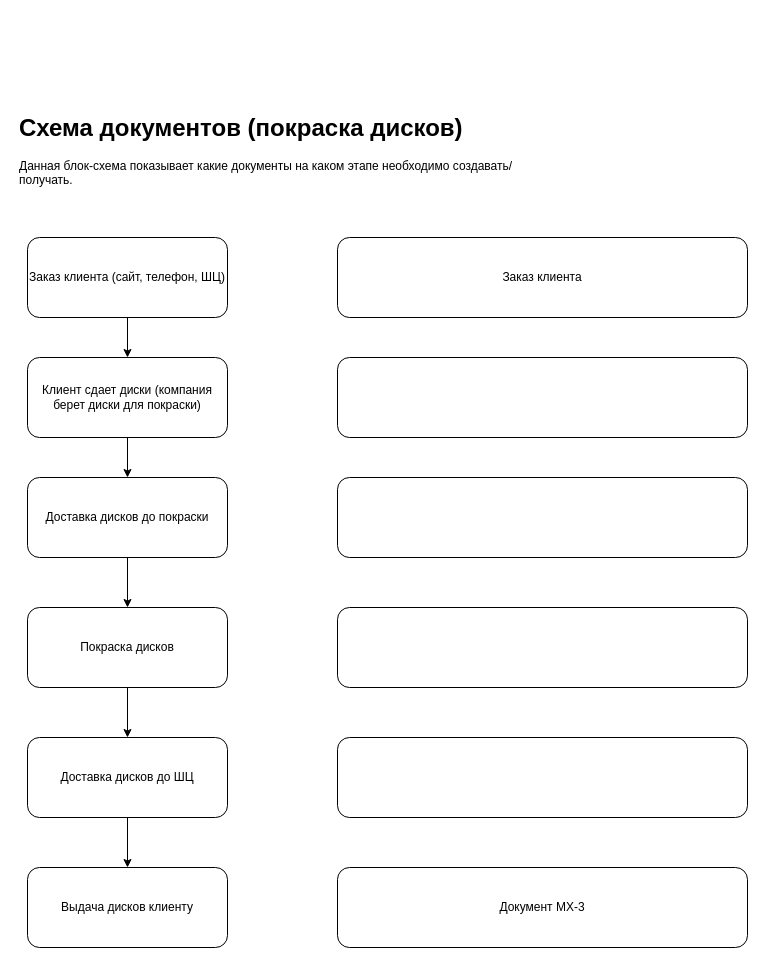
The draw.io diagram Untitled Diagram.drawio in iLimberg/BlackTyres, before the edit. Source tidied: cells renumbered, new cells numbered last; positions are measured from the earlier drawing's top-left corner, leaving out a move shared by most shapes. Both pictures are drawn from the tidied source at 100%, with x=0, y=0 at pixel (17, 107).
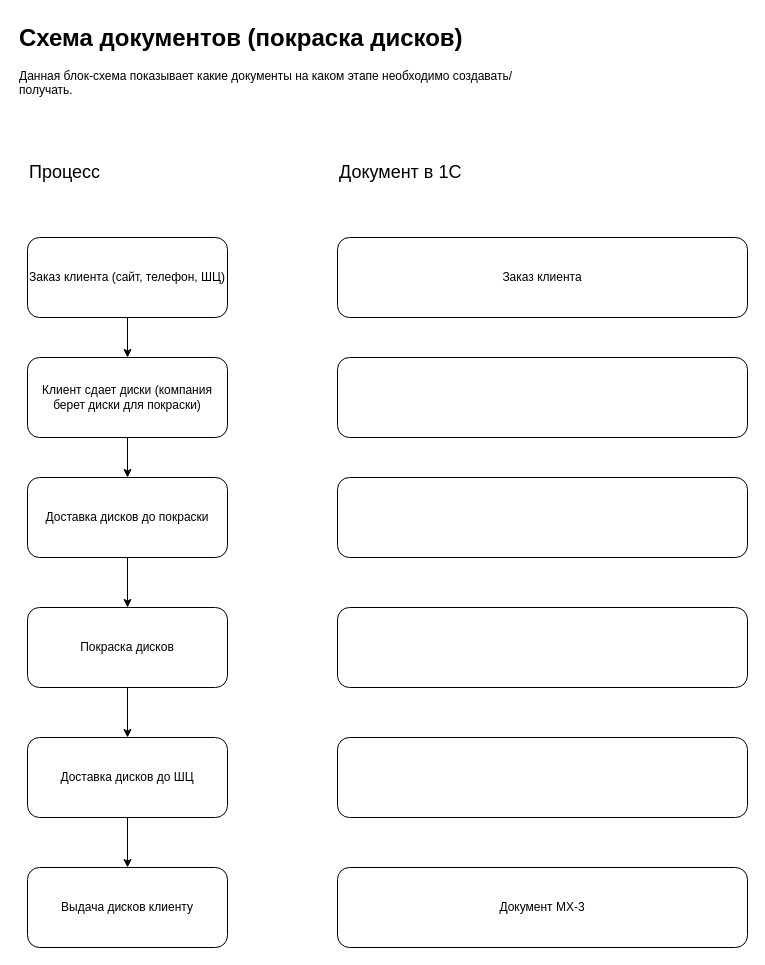
Above is the later version.

What changed in the source:
```diff
@@
     <mxCell id="2" value="&lt;h1 style=&quot;margin-top: 0px;&quot;&gt;Схема документов (покраска дисков)&lt;/h1&gt;&lt;p&gt;Данная блок-схема показывает какие документы на каком этапе необходимо создавать/получать.&lt;/p&gt;" style="text;html=1;whiteSpace=wrap;overflow=hidden;rounded=0;" parent="1" vertex="1">
-      <mxGeometry width="500" height="90" as="geometry" />
+      <mxGeometry y="-90" width="500" height="90" as="geometry" />
     </mxCell>
@@
+    <mxCell id="20" value="Процесс" style="text;html=1;align=left;verticalAlign=middle;whiteSpace=wrap;rounded=0;fontSize=18;" parent="1" vertex="1">
+      <mxGeometry x="10" y="40" width="200" height="50" as="geometry" />
+    </mxCell>
+    <mxCell id="21" value="Документ в 1С" style="text;html=1;align=left;verticalAlign=middle;whiteSpace=wrap;rounded=0;fontSize=18;" parent="1" vertex="1">
+      <mxGeometry x="320" y="40" width="200" height="50" as="geometry" />
+    </mxCell>
```
